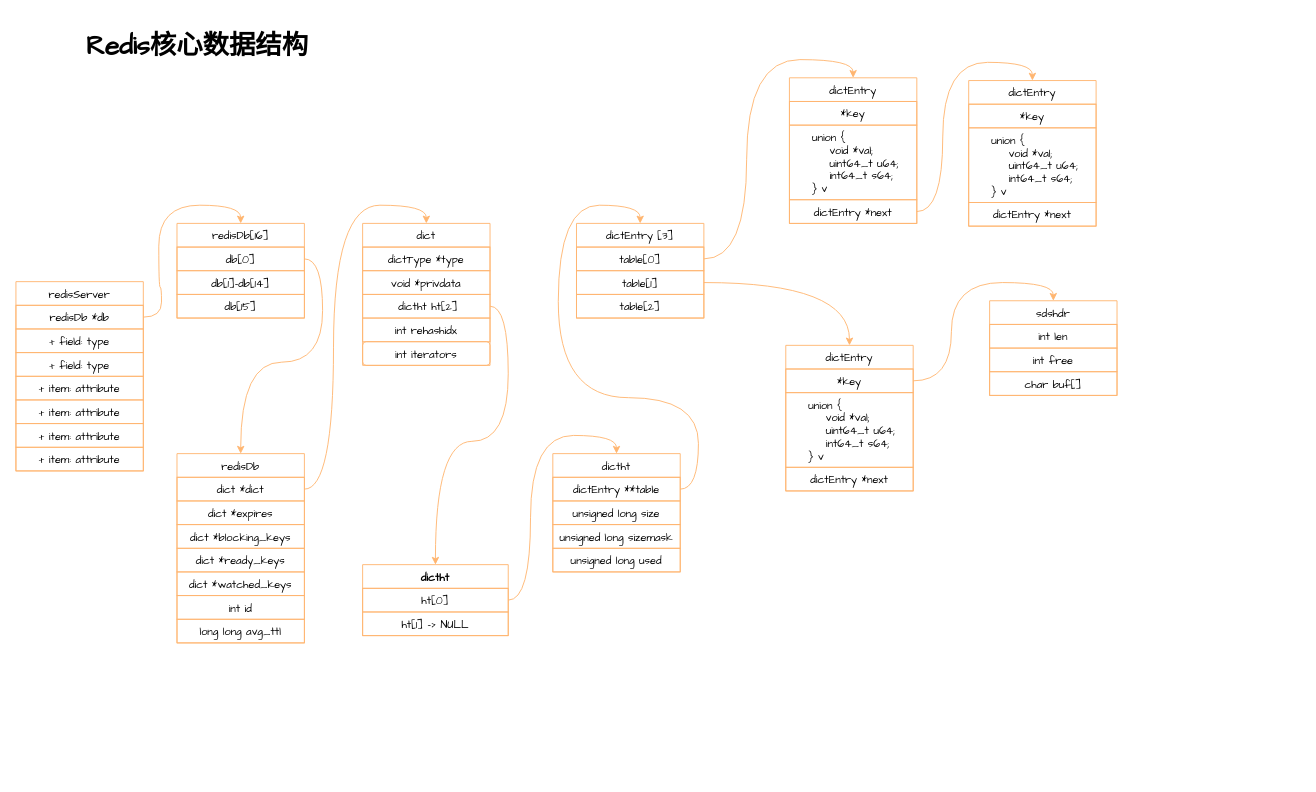
munding/drawio keeps this draw.io diagram as redis-main.drawio. Above is the earlier version. Source tidied: cells renumbered, new cells numbered last; positions are measured from the earlier drawing's top-left corner, leaving out a move shared by most shapes. Both pictures are drawn from the tidied source at 91%, with x=0, y=0 at pixel (15, 15).
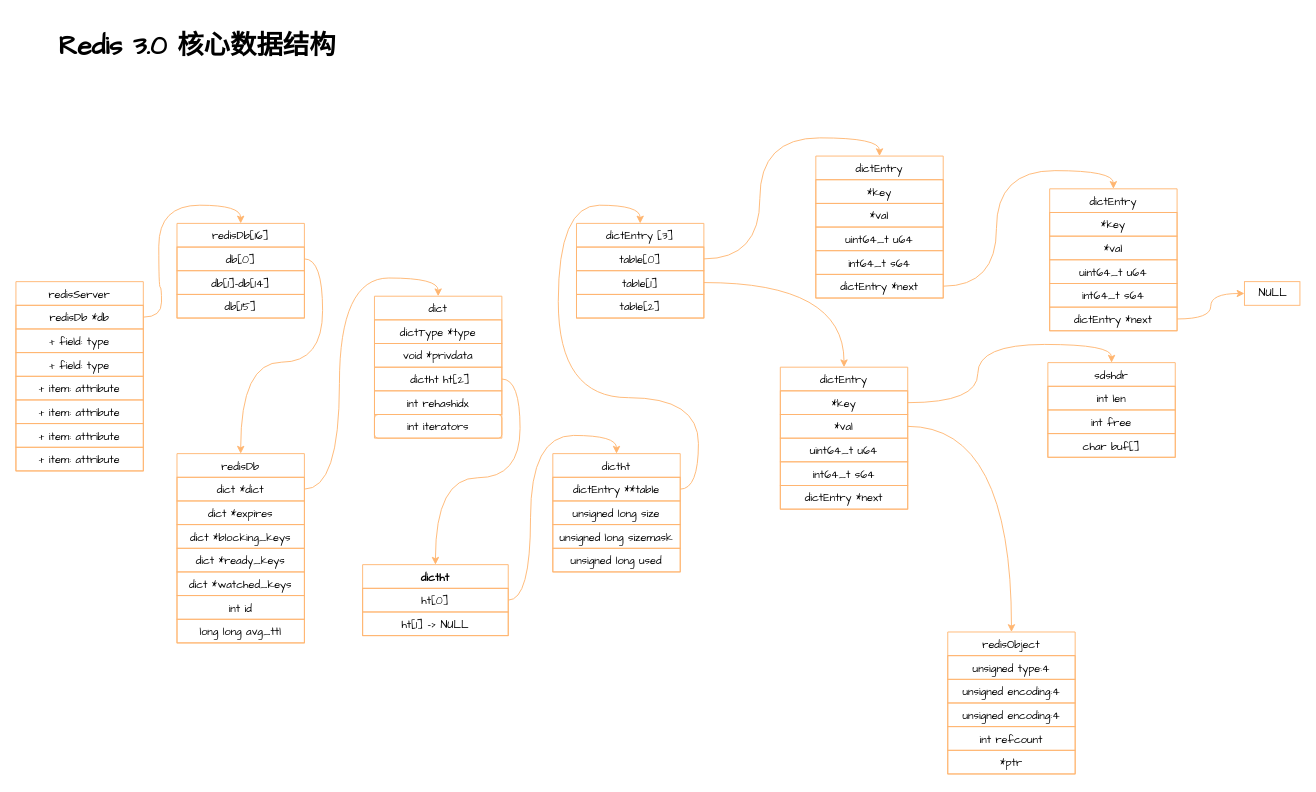
The same page after the edit.

The change refers to these unchanged cells:
```xml
<mxCell id="37" value="table[0]" style="text;strokeColor=#FFB570;fillColor=none;align=center;verticalAlign=top;spacingLeft=4;spacingRight=4;overflow=hidden;points=[[0,0.5],[1,0.5]];portConstraint=eastwest;fontFamily=Comic Sans MS;" parent="36" vertex="1">
  <mxGeometry y="26" width="140" height="26" as="geometry" />
</mxCell>
<mxCell id="38" value="table[1]" style="text;strokeColor=#FFB570;fillColor=none;align=center;verticalAlign=top;spacingLeft=4;spacingRight=4;overflow=hidden;points=[[0,0.5],[1,0.5]];portConstraint=eastwest;fontFamily=Comic Sans MS;" parent="36" vertex="1">
  <mxGeometry y="52" width="140" height="26" as="geometry" />
</mxCell>
```

Change to the diagram source:
```diff
@@
     <mxCell id="19" value="dict" style="swimlane;fontStyle=0;horizontal=1;startSize=26;fillColor=none;rounded=0;labelBorderColor=none;fontFamily=Comic Sans MS;strokeColor=#FFB570;align=center;" parent="1" vertex="1">
-      <mxGeometry x="381" y="228" width="140" height="156" as="geometry" />
+      <mxGeometry x="394" y="308" width="140" height="156" as="geometry" />
     </mxCell>
@@
-    <mxCell id="41" value="dictEntry" style="swimlane;fontStyle=0;horizontal=1;startSize=26;fillColor=none;strokeColor=#FFB570;fontFamily=Comic Sans MS;align=center;" parent="1" vertex="1">
-      <mxGeometry x="850" y="68" width="140" height="160" as="geometry" />
-    </mxCell>
-    <mxCell id="42" value="*key" style="text;strokeColor=#FFB570;fillColor=none;align=center;verticalAlign=top;spacingLeft=4;spacingRight=4;overflow=hidden;fontFamily=Comic Sans MS;" parent="41" vertex="1">
-      <mxGeometry y="26" width="140" height="26" as="geometry" />
-    </mxCell>
-    <mxCell id="43" value="    union {&#10;        void *val;&#10;        uint64_t u64;&#10;        int64_t s64;&#10;    } v" style="text;strokeColor=#FFB570;fillColor=none;align=left;verticalAlign=top;spacingLeft=4;spacingRight=4;overflow=hidden;fontFamily=Comic Sans MS;" parent="41" vertex="1">
-      <mxGeometry y="52" width="140" height="82" as="geometry" />
-    </mxCell>
-    <mxCell id="44" value="dictEntry *next" style="text;strokeColor=#FFB570;fillColor=none;align=center;verticalAlign=top;spacingLeft=4;spacingRight=4;overflow=hidden;points=[[0,0.5],[1,0.5]];portConstraint=eastwest;fontFamily=Comic Sans MS;" parent="41" vertex="1">
-      <mxGeometry y="134" width="140" height="26" as="geometry" />
-    </mxCell>
@@
-    <mxCell id="50" value="dictEntry" style="swimlane;fontStyle=0;horizontal=1;startSize=26;fillColor=none;strokeColor=#FFB570;fontFamily=Comic Sans MS;align=center;" parent="1" vertex="1">
-      <mxGeometry x="1047" y="71" width="140" height="160" as="geometry" />
-    </mxCell>
-    <mxCell id="51" value="*key" style="text;strokeColor=#FFB570;fillColor=none;align=center;verticalAlign=top;spacingLeft=4;spacingRight=4;overflow=hidden;fontFamily=Comic Sans MS;" parent="50" vertex="1">
-      <mxGeometry y="26" width="140" height="26" as="geometry" />
-    </mxCell>
-    <mxCell id="52" value="    union {&#10;        void *val;&#10;        uint64_t u64;&#10;        int64_t s64;&#10;    } v" style="text;strokeColor=#FFB570;fillColor=none;align=left;verticalAlign=top;spacingLeft=4;spacingRight=4;overflow=hidden;fontFamily=Comic Sans MS;" parent="50" vertex="1">
-      <mxGeometry y="52" width="140" height="82" as="geometry" />
-    </mxCell>
-    <mxCell id="53" value="dictEntry *next" style="text;strokeColor=#FFB570;fillColor=none;align=center;verticalAlign=top;spacingLeft=4;spacingRight=4;overflow=hidden;fontFamily=Comic Sans MS;" parent="50" vertex="1">
-      <mxGeometry y="134" width="140" height="26" as="geometry" />
-    </mxCell>
-    <mxCell id="54" style="edgeStyle=orthogonalEdgeStyle;curved=1;jettySize=auto;html=1;exitX=1;exitY=0.5;exitDx=0;exitDy=0;entryX=0.5;entryY=0;entryDx=0;entryDy=0;fontFamily=Comic Sans MS;strokeColor=#FFB570;" parent="1" edge="1" source="44" target="50">
-      <mxGeometry relative="1" as="geometry" />
-    </mxCell>
-    <mxCell id="55" style="edgeStyle=orthogonalEdgeStyle;curved=1;jettySize=auto;html=1;exitX=1;exitY=0.5;exitDx=0;exitDy=0;entryX=0.5;entryY=0;entryDx=0;entryDy=0;fontFamily=Comic Sans MS;strokeColor=#FFB570;" parent="1" edge="1" source="37" target="41">
+    <mxCell id="55" style="edgeStyle=orthogonalEdgeStyle;curved=1;jettySize=auto;html=1;exitX=1;exitY=0.5;exitDx=0;exitDy=0;entryX=0.5;entryY=0;entryDx=0;entryDy=0;fontFamily=Comic Sans MS;strokeColor=#FFB570;" parent="1" edge="1" source="37" target="82">
       <mxGeometry relative="1" as="geometry" />
     </mxCell>
-    <mxCell id="56" value="dictEntry" style="swimlane;fontStyle=0;horizontal=1;startSize=26;fillColor=none;strokeColor=#FFB570;fontFamily=Comic Sans MS;align=center;" parent="1" vertex="1">
-      <mxGeometry x="846" y="362" width="140" height="160" as="geometry" />
-    </mxCell>
-    <mxCell id="57" value="*key" style="text;strokeColor=#FFB570;fillColor=none;align=center;verticalAlign=top;spacingLeft=4;spacingRight=4;overflow=hidden;points=[[0,0.5],[1,0.5]];portConstraint=eastwest;fontFamily=Comic Sans MS;" parent="56" vertex="1">
-      <mxGeometry y="26" width="140" height="26" as="geometry" />
-    </mxCell>
-    <mxCell id="58" value="    union {&#10;        void *val;&#10;        uint64_t u64;&#10;        int64_t s64;&#10;    } v" style="text;strokeColor=#FFB570;fillColor=none;align=left;verticalAlign=top;spacingLeft=4;spacingRight=4;overflow=hidden;fontFamily=Comic Sans MS;" parent="56" vertex="1">
-      <mxGeometry y="52" width="140" height="82" as="geometry" />
-    </mxCell>
-    <mxCell id="59" value="dictEntry *next" style="text;strokeColor=#FFB570;fillColor=none;align=center;verticalAlign=top;spacingLeft=4;spacingRight=4;overflow=hidden;fontFamily=Comic Sans MS;" parent="56" vertex="1">
-      <mxGeometry y="134" width="140" height="26" as="geometry" />
-    </mxCell>
-    <mxCell id="60" style="edgeStyle=orthogonalEdgeStyle;curved=1;jettySize=auto;html=1;exitX=1;exitY=0.5;exitDx=0;exitDy=0;entryX=0.5;entryY=0;entryDx=0;entryDy=0;fontFamily=Comic Sans MS;strokeColor=#FFB570;" parent="1" edge="1" source="38" target="56">
+    <mxCell id="60" style="edgeStyle=orthogonalEdgeStyle;curved=1;jettySize=auto;html=1;exitX=1;exitY=0.5;exitDx=0;exitDy=0;entryX=0.5;entryY=0;entryDx=0;entryDy=0;fontFamily=Comic Sans MS;strokeColor=#FFB570;" parent="1" edge="1" source="38" target="76">
       <mxGeometry relative="1" as="geometry" />
     </mxCell>
-    <mxCell id="61" value="Redis核心数据结构" style="text;strokeColor=none;fillColor=none;html=1;fontSize=29;fontStyle=1;verticalAlign=middle;align=center;fontFamily=Comic Sans MS;" parent="1" vertex="1">
+    <mxCell id="61" value="Redis 3.0 核心数据结构" style="text;strokeColor=none;fillColor=none;html=1;fontSize=29;fontStyle=1;verticalAlign=middle;align=center;fontFamily=Comic Sans MS;" parent="1" vertex="1">
       <mxGeometry x="51" width="295" height="67" as="geometry" />
     </mxCell>
     <mxCell id="62" value="sdshdr" style="swimlane;fontStyle=0;horizontal=1;startSize=26;fillColor=none;fontFamily=Comic Sans MS;fontSize=12;strokeColor=#FFB570;align=center;" parent="1" vertex="1">
-      <mxGeometry x="1070" y="313" width="140" height="104" as="geometry" />
+      <mxGeometry x="1134" y="381" width="140" height="104" as="geometry" />
     </mxCell>
@@
-    <mxCell id="66" style="edgeStyle=orthogonalEdgeStyle;curved=1;jettySize=auto;html=1;exitX=1;exitY=0.5;exitDx=0;exitDy=0;entryX=0.5;entryY=0;entryDx=0;entryDy=0;fontFamily=Comic Sans MS;fontSize=12;strokeColor=#FFB570;" parent="1" edge="1" source="57" target="62">
+    <mxCell id="66" style="edgeStyle=orthogonalEdgeStyle;curved=1;jettySize=auto;html=1;exitX=1;exitY=0.5;exitDx=0;exitDy=0;entryX=0.5;entryY=0;entryDx=0;entryDy=0;fontFamily=Comic Sans MS;fontSize=12;strokeColor=#FFB570;" parent="1" edge="1" source="77" target="62">
       <mxGeometry relative="1" as="geometry" />
     </mxCell>
+    <mxCell id="67" value="NULL" style="html=1;fontFamily=Comic Sans MS;fontSize=12;strokeColor=#FFB570;" parent="1" vertex="1">
+      <mxGeometry x="1350" y="292" width="61" height="26" as="geometry" />
+    </mxCell>
+    <mxCell id="68" style="edgeStyle=orthogonalEdgeStyle;curved=1;jettySize=auto;html=1;exitX=1;exitY=0.5;exitDx=0;exitDy=0;entryX=0;entryY=0.5;entryDx=0;entryDy=0;fontFamily=Comic Sans MS;fontSize=12;strokeColor=#FFB570;" parent="1" edge="1" source="93" target="67">
+      <mxGeometry relative="1" as="geometry" />
+    </mxCell>
+    <mxCell id="69" style="edgeStyle=orthogonalEdgeStyle;curved=1;jettySize=auto;html=1;entryX=0.5;entryY=0;entryDx=0;entryDy=0;fontFamily=Comic Sans MS;fontSize=12;strokeColor=#FFB570;exitX=1;exitY=0.5;exitDx=0;exitDy=0;" parent="1" edge="1" source="78" target="70">
+      <mxGeometry relative="1" as="geometry" />
+    </mxCell>
+    <mxCell id="70" value="redisObject" style="swimlane;fontStyle=0;horizontal=1;startSize=26;fillColor=none;fontFamily=Comic Sans MS;fontSize=12;strokeColor=#FFB570;align=center;" parent="1" vertex="1">
+      <mxGeometry x="1024" y="677" width="140" height="156" as="geometry" />
+    </mxCell>
+    <mxCell id="71" value="unsigned type:4" style="text;strokeColor=#FFB570;fillColor=none;align=center;verticalAlign=top;spacingLeft=4;spacingRight=4;overflow=hidden;fontFamily=Comic Sans MS;fontSize=12;" parent="70" vertex="1">
+      <mxGeometry y="26" width="140" height="26" as="geometry" />
+    </mxCell>
+    <mxCell id="72" value="unsigned encoding:4" style="text;strokeColor=#FFB570;fillColor=none;align=center;verticalAlign=top;spacingLeft=4;spacingRight=4;overflow=hidden;fontFamily=Comic Sans MS;fontSize=12;" parent="70" vertex="1">
+      <mxGeometry y="52" width="140" height="26" as="geometry" />
+    </mxCell>
+    <mxCell id="73" value="unsigned encoding:4" style="text;strokeColor=#FFB570;fillColor=none;align=center;verticalAlign=top;spacingLeft=4;spacingRight=4;overflow=hidden;fontFamily=Comic Sans MS;fontSize=12;" parent="70" vertex="1">
+      <mxGeometry y="78" width="140" height="26" as="geometry" />
+    </mxCell>
+    <mxCell id="74" value="int refcount" style="text;strokeColor=#FFB570;fillColor=none;align=center;verticalAlign=top;spacingLeft=4;spacingRight=4;overflow=hidden;fontFamily=Comic Sans MS;fontSize=12;" parent="70" vertex="1">
+      <mxGeometry y="104" width="140" height="26" as="geometry" />
+    </mxCell>
+    <mxCell id="75" value="*ptr" style="text;strokeColor=#FFB570;fillColor=none;align=center;verticalAlign=top;spacingLeft=4;spacingRight=4;overflow=hidden;fontFamily=Comic Sans MS;fontSize=12;" parent="70" vertex="1">
+      <mxGeometry y="130" width="140" height="26" as="geometry" />
+    </mxCell>
+    <mxCell id="76" value="dictEntry" style="swimlane;fontStyle=0;horizontal=1;startSize=26;fillColor=none;strokeColor=#FFB570;fontFamily=Comic Sans MS;align=center;" parent="1" vertex="1">
+      <mxGeometry x="840" y="386" width="140" height="156" as="geometry" />
+    </mxCell>
+    <mxCell id="77" value="*key" style="text;strokeColor=#FFB570;fillColor=none;align=center;verticalAlign=top;spacingLeft=4;spacingRight=4;overflow=hidden;points=[[0,0.5],[1,0.5]];portConstraint=eastwest;fontFamily=Comic Sans MS;" parent="76" vertex="1">
+      <mxGeometry y="26" width="140" height="26" as="geometry" />
+    </mxCell>
+    <mxCell id="78" value="*val" style="text;strokeColor=#FFB570;fillColor=none;align=center;verticalAlign=top;spacingLeft=4;spacingRight=4;overflow=hidden;points=[[0,0.5],[1,0.5]];portConstraint=eastwest;fontFamily=Comic Sans MS;fontSize=12;" parent="76" vertex="1">
+      <mxGeometry y="52" width="140" height="26" as="geometry" />
+    </mxCell>
+    <mxCell id="79" value="uint64_t u64" style="text;strokeColor=#FFB570;fillColor=none;align=center;verticalAlign=top;spacingLeft=4;spacingRight=4;overflow=hidden;fontFamily=Comic Sans MS;fontSize=12;" parent="76" vertex="1">
+      <mxGeometry y="78" width="140" height="26" as="geometry" />
+    </mxCell>
+    <mxCell id="80" value="int64_t s64" style="text;strokeColor=#FFB570;fillColor=none;align=center;verticalAlign=top;spacingLeft=4;spacingRight=4;overflow=hidden;fontFamily=Comic Sans MS;fontSize=12;" parent="76" vertex="1">
+      <mxGeometry y="104" width="140" height="26" as="geometry" />
+    </mxCell>
+    <mxCell id="81" value="dictEntry *next" style="text;strokeColor=#FFB570;fillColor=none;align=center;verticalAlign=top;spacingLeft=4;spacingRight=4;overflow=hidden;fontFamily=Comic Sans MS;" parent="76" vertex="1">
+      <mxGeometry y="130" width="140" height="26" as="geometry" />
+    </mxCell>
+    <mxCell id="82" value="dictEntry" style="swimlane;fontStyle=0;horizontal=1;startSize=26;fillColor=none;strokeColor=#FFB570;fontFamily=Comic Sans MS;align=center;" parent="1" vertex="1">
+      <mxGeometry x="879" y="154" width="140" height="156" as="geometry" />
+    </mxCell>
+    <mxCell id="83" value="*key" style="text;strokeColor=#FFB570;fillColor=none;align=center;verticalAlign=top;spacingLeft=4;spacingRight=4;overflow=hidden;fontFamily=Comic Sans MS;" parent="82" vertex="1">
+      <mxGeometry y="26" width="140" height="26" as="geometry" />
+    </mxCell>
+    <mxCell id="84" value="*val" style="text;strokeColor=#FFB570;fillColor=none;align=center;verticalAlign=top;spacingLeft=4;spacingRight=4;overflow=hidden;fontFamily=Comic Sans MS;fontSize=12;" parent="82" vertex="1">
+      <mxGeometry y="52" width="140" height="26" as="geometry" />
+    </mxCell>
+    <mxCell id="85" value="uint64_t u64" style="text;strokeColor=#FFB570;fillColor=none;align=center;verticalAlign=top;spacingLeft=4;spacingRight=4;overflow=hidden;fontFamily=Comic Sans MS;fontSize=12;" parent="82" vertex="1">
+      <mxGeometry y="78" width="140" height="26" as="geometry" />
+    </mxCell>
+    <mxCell id="86" value="int64_t s64" style="text;strokeColor=#FFB570;fillColor=none;align=center;verticalAlign=top;spacingLeft=4;spacingRight=4;overflow=hidden;fontFamily=Comic Sans MS;fontSize=12;" parent="82" vertex="1">
+      <mxGeometry y="104" width="140" height="26" as="geometry" />
+    </mxCell>
+    <mxCell id="87" value="dictEntry *next" style="text;strokeColor=#FFB570;fillColor=none;align=center;verticalAlign=top;spacingLeft=4;spacingRight=4;overflow=hidden;points=[[0,0.5],[1,0.5]];portConstraint=eastwest;fontFamily=Comic Sans MS;" parent="82" vertex="1">
+      <mxGeometry y="130" width="140" height="26" as="geometry" />
+    </mxCell>
+    <mxCell id="88" value="dictEntry" style="swimlane;fontStyle=0;horizontal=1;startSize=26;fillColor=none;strokeColor=#FFB570;fontFamily=Comic Sans MS;align=center;" parent="1" vertex="1">
+      <mxGeometry x="1136" y="190" width="140" height="156" as="geometry" />
+    </mxCell>
+    <mxCell id="89" value="*key" style="text;strokeColor=#FFB570;fillColor=none;align=center;verticalAlign=top;spacingLeft=4;spacingRight=4;overflow=hidden;fontFamily=Comic Sans MS;" parent="88" vertex="1">
+      <mxGeometry y="26" width="140" height="26" as="geometry" />
+    </mxCell>
+    <mxCell id="90" value="*val" style="text;strokeColor=#FFB570;fillColor=none;align=center;verticalAlign=top;spacingLeft=4;spacingRight=4;overflow=hidden;fontFamily=Comic Sans MS;fontSize=12;" parent="88" vertex="1">
+      <mxGeometry y="52" width="140" height="26" as="geometry" />
+    </mxCell>
+    <mxCell id="91" value="uint64_t u64" style="text;strokeColor=#FFB570;fillColor=none;align=center;verticalAlign=top;spacingLeft=4;spacingRight=4;overflow=hidden;fontFamily=Comic Sans MS;fontSize=12;" parent="88" vertex="1">
+      <mxGeometry y="78" width="140" height="26" as="geometry" />
+    </mxCell>
+    <mxCell id="92" value="int64_t s64" style="text;strokeColor=#FFB570;fillColor=none;align=center;verticalAlign=top;spacingLeft=4;spacingRight=4;overflow=hidden;fontFamily=Comic Sans MS;fontSize=12;" parent="88" vertex="1">
+      <mxGeometry y="104" width="140" height="26" as="geometry" />
+    </mxCell>
+    <mxCell id="93" value="dictEntry *next" style="text;strokeColor=#FFB570;fillColor=none;align=center;verticalAlign=top;spacingLeft=4;spacingRight=4;overflow=hidden;points=[[0,0.5],[1,0.5]];portConstraint=eastwest;fontFamily=Comic Sans MS;" parent="88" vertex="1">
+      <mxGeometry y="130" width="140" height="26" as="geometry" />
+    </mxCell>
+    <mxCell id="54" style="edgeStyle=orthogonalEdgeStyle;curved=1;jettySize=auto;html=1;exitX=1;exitY=0.5;exitDx=0;exitDy=0;fontFamily=Comic Sans MS;strokeColor=#FFB570;entryX=0.5;entryY=0;entryDx=0;entryDy=0;" parent="1" edge="1" source="87" target="88">
+      <mxGeometry relative="1" as="geometry" />
+    </mxCell>
```
